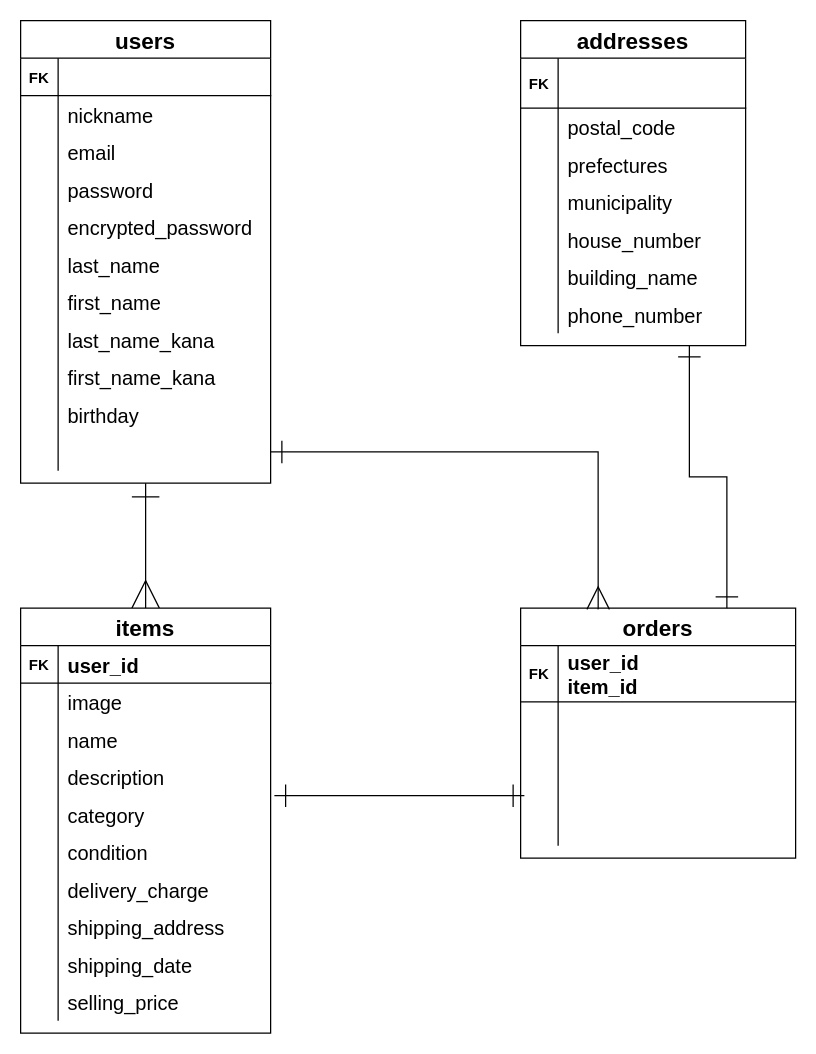
The draw.io diagram ER.dio in yuya-kajiwara0315/furima-34738, before the edit. Source tidied: cells renumbered, new cells numbered last; positions are measured from the earlier drawing's top-left corner, leaving out a move shared by most shapes. Both pictures are drawn from the tidied source at 125%, with x=0, y=0 at pixel (20, 20).
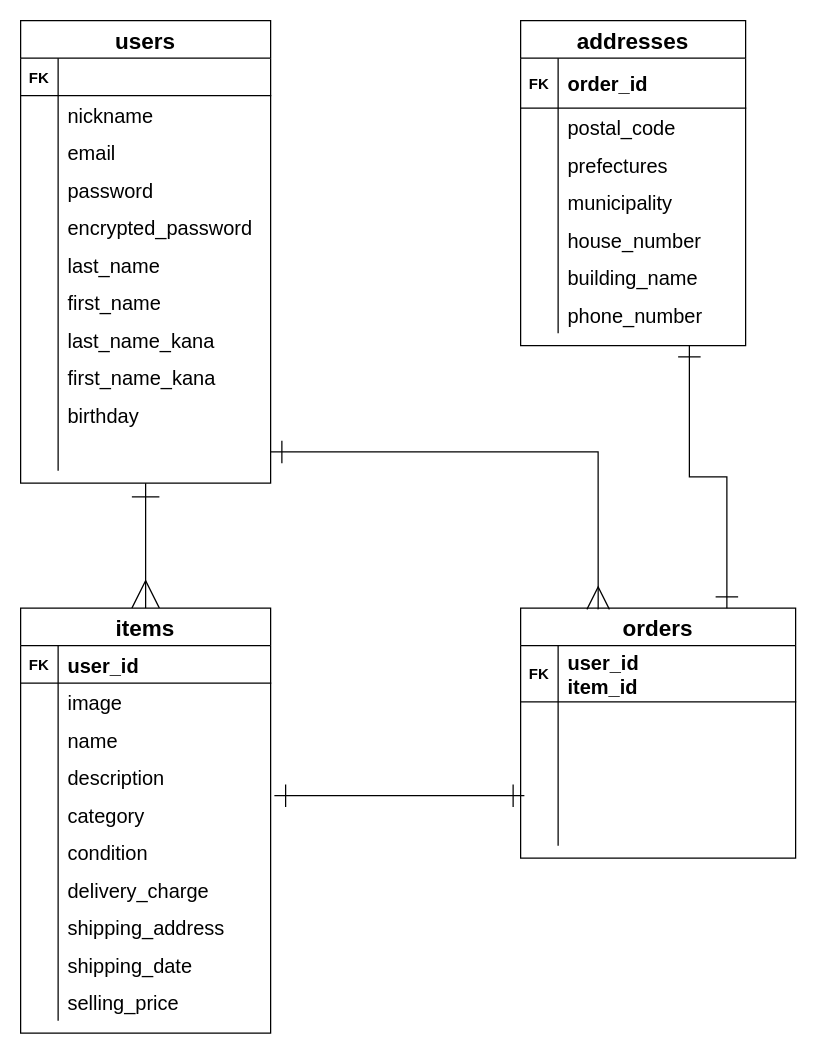
After the change.

Commit message (it also covers changes not shown here):
ER図とREADMEを修正

Unchanged cells that the change refers to:
```xml
<mxCell id="86" style="shape=partialRectangle;fillColor=none;top=0;left=0;bottom=1;right=0;" parent="85" vertex="1">
  <mxGeometry y="30" width="180" height="40" as="geometry" />
</mxCell>
```

Change to the diagram source:
```diff
@@
-    <mxCell id="88" style="shape=partialRectangle;fillColor=none;top=0;left=0;bottom=0;right=0;align=left;spacingLeft=6;fontStyle=1;overflow=hidden;fontSize=16;" parent="86" vertex="1">
+    <mxCell id="88" value="order_id" style="shape=partialRectangle;fillColor=none;top=0;left=0;bottom=0;right=0;align=left;spacingLeft=6;fontStyle=1;overflow=hidden;fontSize=16;" parent="86" vertex="1">
       <mxGeometry x="30" width="150" height="40" as="geometry" />
     </mxCell>
```
